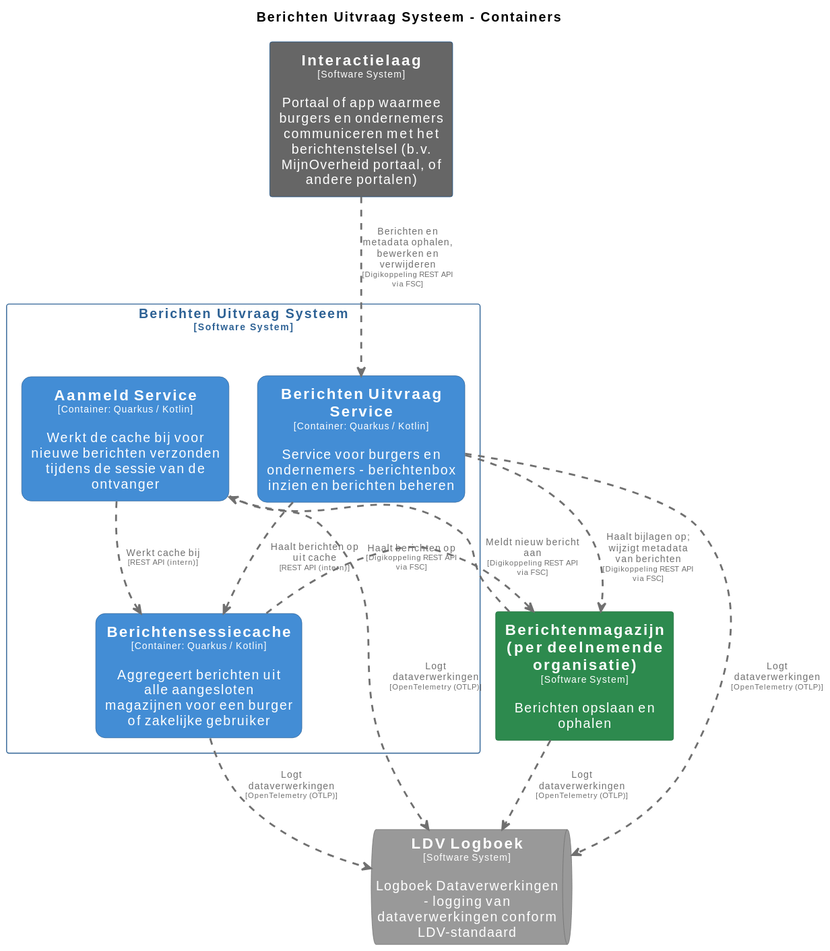
This is pr-preview/pr-22/master/svg/BerichtenUitvraagSysteemContainers.svg from MinBZK/moza-poc-fbs-berichtenbox, a PlantUML export, as it was before one commit. Its source is kept beside it as pr-preview/pr-22/master/puml/BerichtenUitvraagSysteemContainers.puml.
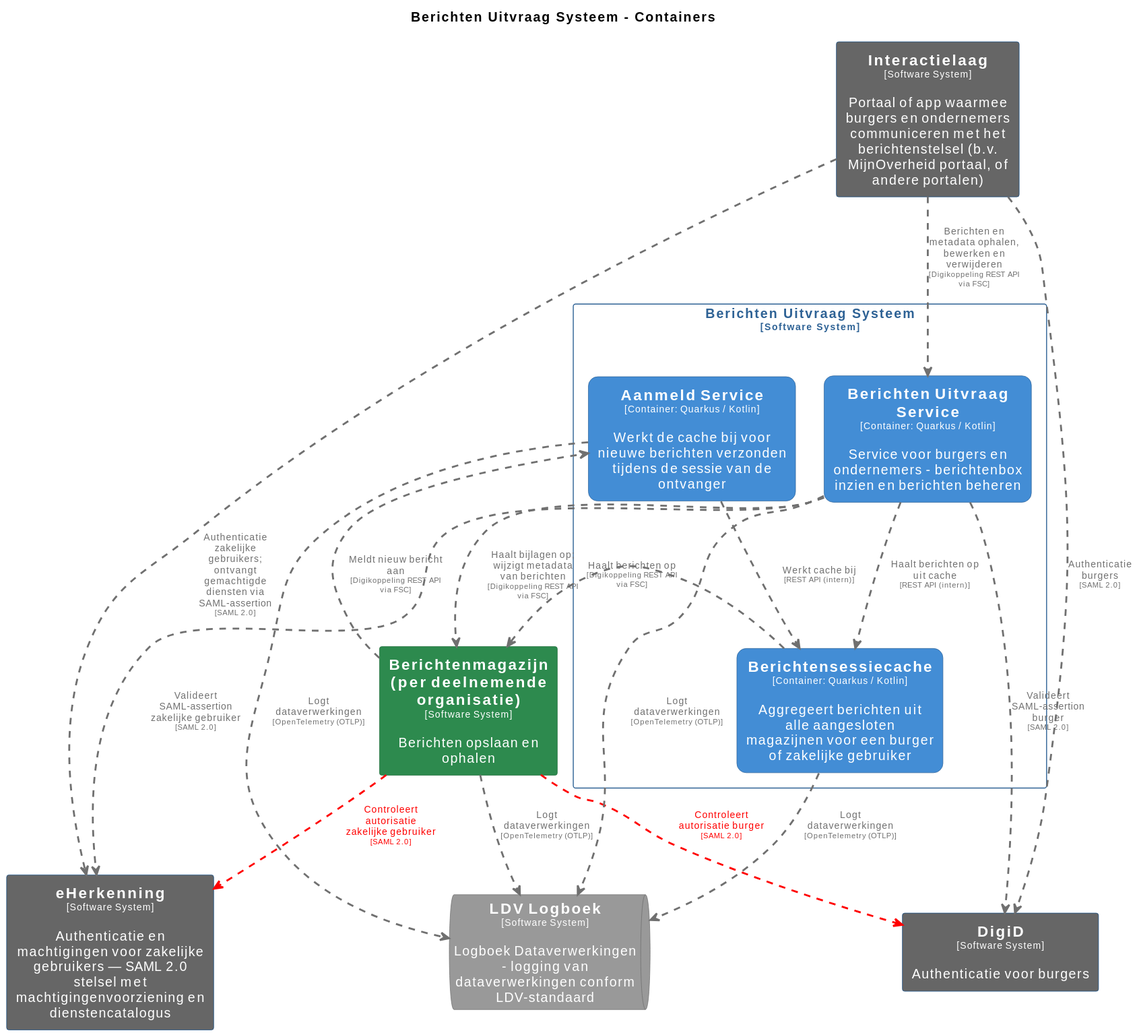
Later version of the same file.

Change to the diagram source:
```diff
@@ -42,6 +42,12 @@
   roundCorner 20
   shadowing false
 }
+skinparam rectangle<<DigiD>> {
+  BackgroundColor #666666
+  FontColor #ffffff
+  BorderColor #0b4884
+  shadowing false
+}
 skinparam rectangle<<Interactielaag>> {
   BackgroundColor #666666
   FontColor #ffffff
@@ -54,6 +60,12 @@
   BorderColor #6b6b6b
   shadowing false
 }
+skinparam rectangle<<eHerkenning>> {
+  BackgroundColor #666666
+  FontColor #ffffff
+  BorderColor #0b4884
+  shadowing false
+}
 skinparam rectangle<<BerichtenUitvraagSysteem>> {
   BorderColor #2e6295
   FontColor #2e6295
@@ -61,6 +73,8 @@
 }
 
 rectangle "==Interactielaag\n<size:10>[Software System]</size>\n\nPortaal of app waarmee burgers en ondernemers communiceren met het berichtenstelsel (b.v. MijnOverheid portaal, of andere portalen)" <<Interactielaag>> as Interactielaag
+rectangle "==eHerkenning\n<size:10>[Software System]</size>\n\nAuthenticatie en machtigingen voor zakelijke gebruikers — SAML 2.0 stelsel met machtigingenvoorziening en dienstencatalogus" <<eHerkenning>> as eHerkenning
+rectangle "==DigiD\n<size:10>[Software System]</size>\n\nAuthenticatie voor burgers" <<DigiD>> as DigiD
 rectangle "==Berichtenmagazijn (per deelnemende organisatie)\n<size:10>[Software System]</size>\n\nBerichten opslaan en ophalen" <<Berichtenmagazijnperdeelnemendeorganisatie>> as Berichtenmagazijnperdeelnemendeorganisatie
 queue "==LDV Logboek\n<size:10>[Software System]</size>\n\nLogboek Dataverwerkingen - logging van dataverwerkingen conform LDV-standaard" <<LDVLogboek>> as LDVLogboek
 
@@ -70,6 +84,9 @@
   rectangle "==Aanmeld Service\n<size:10>[Container: Quarkus / Kotlin]</size>\n\nWerkt de cache bij voor nieuwe berichten verzonden tijdens de sessie van de ontvanger" <<BerichtenUitvraagSysteem.AanmeldService>> as BerichtenUitvraagSysteem.AanmeldService
 }
 
+BerichtenUitvraagSysteem.Berichtensessiecache .[#707070,thickness=2].> Berichtenmagazijnperdeelnemendeorganisatie : "<color:#707070>Haalt berichten op\n<color:#707070><size:8>[Digikoppeling REST API via FSC]</size>"
+Berichtenmagazijnperdeelnemendeorganisatie .[#ff0000,thickness=2].> eHerkenning : "<color:#ff0000>Controleert autorisatie zakelijke gebruiker\n<color:#ff0000><size:8>[SAML 2.0]</size>"
+Berichtenmagazijnperdeelnemendeorganisatie .[#ff0000,thickness=2].> DigiD : "<color:#ff0000>Controleert autorisatie burger\n<color:#ff0000><size:8>[SAML 2.0]</size>"
 Berichtenmagazijnperdeelnemendeorganisatie .[#707070,thickness=2].> LDVLogboek : "<color:#707070>Logt dataverwerkingen\n<color:#707070><size:8>[OpenTelemetry (OTLP)]</size>"
 BerichtenUitvraagSysteem.Berichtensessiecache .[#707070,thickness=2].> LDVLogboek : "<color:#707070>Logt dataverwerkingen\n<color:#707070><size:8>[OpenTelemetry (OTLP)]</size>"
 BerichtenUitvraagSysteem.AanmeldService .[#707070,thickness=2].> LDVLogboek : "<color:#707070>Logt dataverwerkingen\n<color:#707070><size:8>[OpenTelemetry (OTLP)]</size>"
@@ -77,7 +94,10 @@
 BerichtenUitvraagSysteem.AanmeldService .[#707070,thickness=2].> BerichtenUitvraagSysteem.Berichtensessiecache : "<color:#707070>Werkt cache bij\n<color:#707070><size:8>[REST API (intern)]</size>"
 BerichtenUitvraagSysteem.BerichtenUitvraagService .[#707070,thickness=2].> BerichtenUitvraagSysteem.Berichtensessiecache : "<color:#707070>Haalt berichten op uit cache\n<color:#707070><size:8>[REST API (intern)]</size>"
 Interactielaag .[#707070,thickness=2].> BerichtenUitvraagSysteem.BerichtenUitvraagService : "<color:#707070>Berichten en metadata ophalen, bewerken en verwijderen\n<color:#707070><size:8>[Digikoppeling REST API via FSC]</size>"
+Interactielaag .[#707070,thickness=2].> DigiD : "<color:#707070>Authenticatie burgers\n<color:#707070><size:8>[SAML 2.0]</size>"
+Interactielaag .[#707070,thickness=2].> eHerkenning : "<color:#707070>Authenticatie zakelijke gebruikers; ontvangt gemachtigde diensten via SAML-assertion\n<color:#707070><size:8>[SAML 2.0]</size>"
+BerichtenUitvraagSysteem.BerichtenUitvraagService .[#707070,thickness=2].> eHerkenning : "<color:#707070>Valideert SAML-assertion zakelijke gebruiker\n<color:#707070><size:8>[SAML 2.0]</size>"
+BerichtenUitvraagSysteem.BerichtenUitvraagService .[#707070,thickness=2].> DigiD : "<color:#707070>Valideert SAML-assertion burger\n<color:#707070><size:8>[SAML 2.0]</size>"
 BerichtenUitvraagSysteem.BerichtenUitvraagService .[#707070,thickness=2].> Berichtenmagazijnperdeelnemendeorganisatie : "<color:#707070>Haalt bijlagen op; wijzigt metadata van berichten\n<color:#707070><size:8>[Digikoppeling REST API via FSC]</size>"
 Berichtenmagazijnperdeelnemendeorganisatie .[#707070,thickness=2].> BerichtenUitvraagSysteem.AanmeldService : "<color:#707070>Meldt nieuw bericht aan\n<color:#707070><size:8>[Digikoppeling REST API via FSC]</size>"
-BerichtenUitvraagSysteem.Berichtensessiecache .[#707070,thickness=2].> Berichtenmagazijnperdeelnemendeorganisatie : "<color:#707070>Haalt berichten op\n<color:#707070><size:8>[Digikoppeling REST API via FSC]</size>"
 @enduml
```
